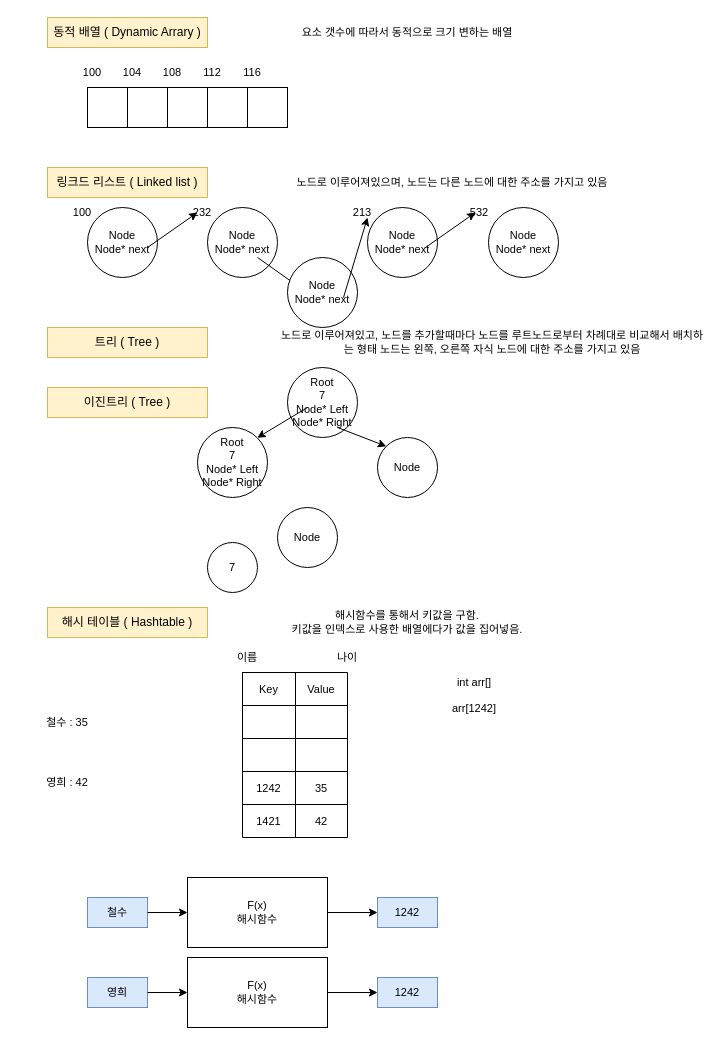
Above: DynamicArrary.drawio in koseyun/Client_Nowon_1800_2000 (draw.io), before the change. Source tidied: cells renumbered, new cells numbered last; positions are measured from the earlier drawing's top-left corner, leaving out a move shared by most shapes. Both pictures are drawn from the tidied source at 100%, with x=0, y=0 at pixel (37, 17).
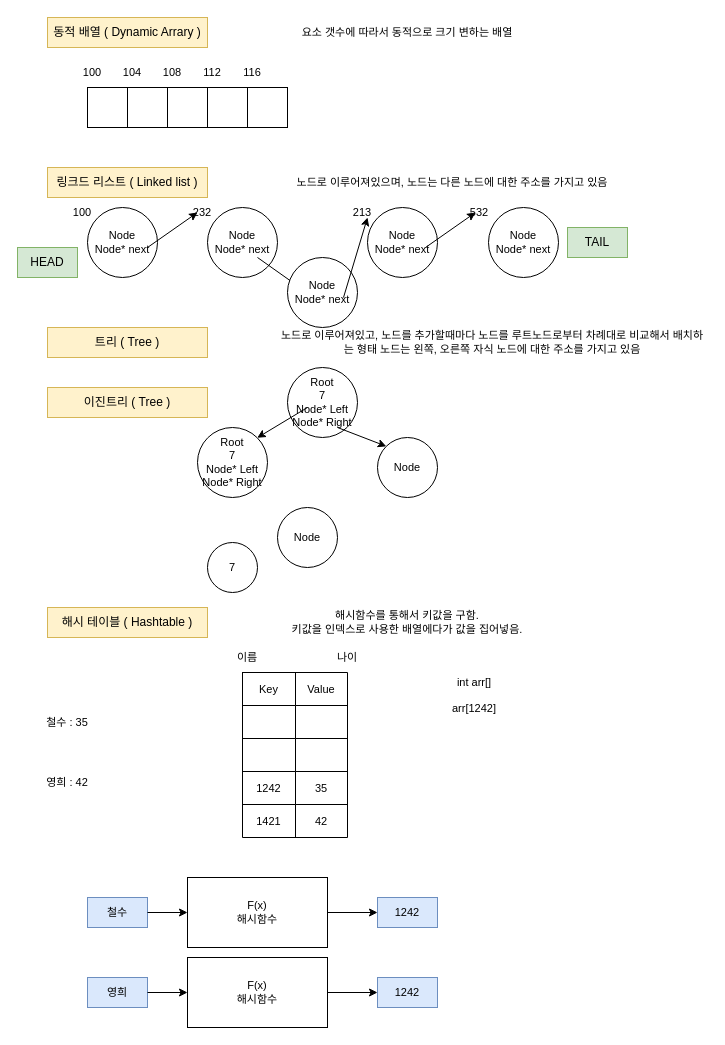
The same page after the edit.

Change to the diagram source:
```diff
@@
+    <mxCell id="72" value="HEAD" style="text;html=1;strokeColor=#82b366;fillColor=#d5e8d4;align=center;verticalAlign=middle;whiteSpace=wrap;rounded=0;" parent="1" vertex="1">
+      <mxGeometry x="-20" y="230" width="60" height="30" as="geometry" />
+    </mxCell>
+    <mxCell id="73" value="TAIL" style="text;html=1;strokeColor=#82b366;fillColor=#d5e8d4;align=center;verticalAlign=middle;whiteSpace=wrap;rounded=0;" parent="1" vertex="1">
+      <mxGeometry x="530" y="210" width="60" height="30" as="geometry" />
+    </mxCell>
```
